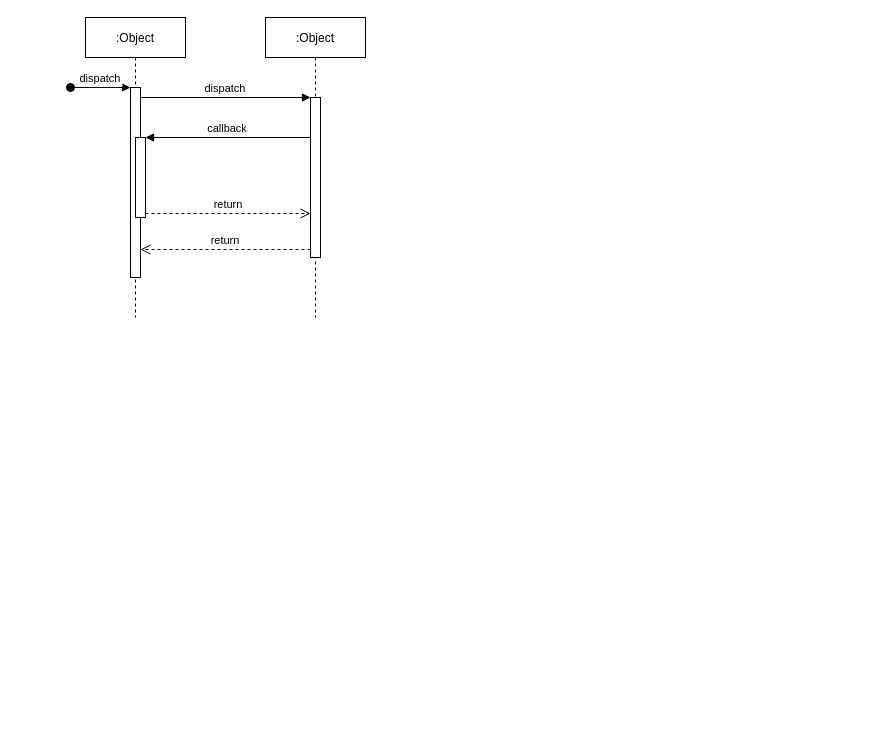
feihu618/drawio keeps this draw.io diagram as craft/tr_main_flow.drawio. Above is the earlier version. Source tidied: cells renumbered, new cells numbered last; positions are measured from the earlier drawing's top-left corner, leaving out a move shared by most shapes. Both pictures are drawn from the tidied source at 100%, with x=0, y=0 at pixel (70, 17).
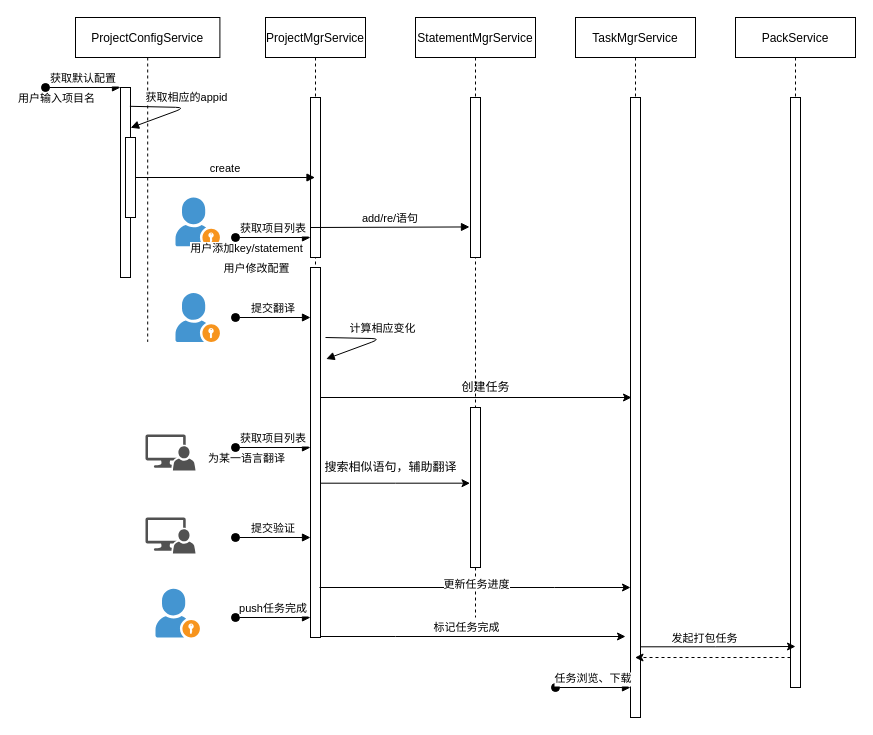
After the change.

Unchanged cells that the change refers to:
```xml
<mxCell id="3" style="points=[];perimeter=orthogonalPerimeter;rounded=0;shadow=0;strokeWidth=1;" parent="2" vertex="1">
  <mxGeometry x="45" y="70" width="10" height="190" as="geometry" />
</mxCell>
<mxCell id="5" style="points=[];perimeter=orthogonalPerimeter;rounded=0;shadow=0;strokeWidth=1;" parent="2" vertex="1">
  <mxGeometry x="50" y="120" width="10" height="80" as="geometry" />
</mxCell>
<mxCell id="7" style="points=[];perimeter=orthogonalPerimeter;rounded=0;shadow=0;strokeWidth=1;" parent="6" vertex="1">
  <mxGeometry x="45" y="80" width="10" height="160" as="geometry" />
</mxCell>
```

The edit, as a diff of the source:
```diff
@@
-    <mxCell id="2" value=":Object" style="shape=umlLifeline;perimeter=lifelinePerimeter;rounded=0;shadow=0;strokeWidth=1;" parent="1" vertex="1">
-      <mxGeometry x="15" width="100" height="300" as="geometry" />
+    <mxCell id="2" value="ProjectConfigService" style="shape=umlLifeline;perimeter=lifelinePerimeter;rounded=0;shadow=0;strokeWidth=1;" parent="1" vertex="1">
+      <mxGeometry x="5" width="144.4" height="324.4" as="geometry" />
     </mxCell>
@@
-    <mxCell id="4" value="dispatch" style="verticalAlign=bottom;startArrow=oval;endArrow=block;startSize=8;shadow=0;strokeWidth=1;" parent="2" edge="1" target="3">
+    <mxCell id="4" value="获取默认配置" style="verticalAlign=bottom;startArrow=oval;endArrow=block;startSize=8;shadow=0;strokeWidth=1;" parent="2" edge="1" target="3">
       <mxGeometry relative="1" as="geometry">
-        <mxPoint x="-15" y="70" as="sourcePoint" />
+        <mxPoint x="-30" y="70" as="sourcePoint" />
       </mxGeometry>
     </mxCell>
+    <mxCell id="12" value="用户输入项目名" style="edgeLabel;html=1;align=center;verticalAlign=middle;" parent="4" vertex="1">
+      <mxGeometry x="-0.3" y="1" relative="1" as="geometry">
+        <mxPoint x="-16" y="11" as="offset" />
+      </mxGeometry>
+    </mxCell>
@@
+    <mxCell id="9" style="verticalAlign=bottom;endArrow=block;shadow=0;strokeWidth=1;exitX=0.938;exitY=0.099;exitDx=0;exitDy=0;exitPerimeter=0;entryX=1.01;entryY=0.212;entryDx=0;entryDy=0;entryPerimeter=0;" parent="2" edge="1" source="3" target="3">
+      <mxGeometry relative="1" as="geometry">
+        <Array as="points">
+          <mxPoint x="110" y="90" />
+        </Array>
+      </mxGeometry>
+    </mxCell>
+    <mxCell id="13" value="获取相应的appid" style="edgeLabel;html=1;align=center;verticalAlign=middle;" parent="9" vertex="1">
+      <mxGeometry x="-0.33" y="1" relative="1" as="geometry">
+        <mxPoint x="18" y="-9" as="offset" />
+      </mxGeometry>
+    </mxCell>
+    <mxCell id="14" style="shadow=0;dashed=0;html=1;strokeColor=none;fillColor=#4495D1;labelPosition=center;verticalLabelPosition=bottom;verticalAlign=top;align=center;shape=mxgraph.veeam.portal_admin;" parent="2" vertex="1">
+      <mxGeometry x="100" y="180" width="44.4" height="48.8" as="geometry" />
+    </mxCell>
+    <mxCell id="15" style="shadow=0;dashed=0;html=1;strokeColor=none;fillColor=#4495D1;labelPosition=center;verticalLabelPosition=bottom;verticalAlign=top;align=center;shape=mxgraph.veeam.portal_admin;" parent="2" vertex="1">
+      <mxGeometry x="100" y="275.6" width="44.4" height="48.8" as="geometry" />
+    </mxCell>
-    <mxCell id="6" value=":Object" style="shape=umlLifeline;perimeter=lifelinePerimeter;rounded=0;shadow=0;strokeWidth=1;" parent="1" vertex="1">
-      <mxGeometry x="195" width="100" height="300" as="geometry" />
+    <mxCell id="6" value="ProjectMgrService" style="shape=umlLifeline;perimeter=lifelinePerimeter;rounded=0;shadow=0;strokeWidth=1;" parent="1" vertex="1">
+      <mxGeometry x="195" width="100" height="620" as="geometry" />
     </mxCell>
@@
-    <mxCell id="8" value="return" style="verticalAlign=bottom;endArrow=open;dashed=1;endSize=8;exitX=0;exitY=0.95;shadow=0;strokeWidth=1;" parent="1" edge="1" source="7" target="3">
-      <mxGeometry relative="1" as="geometry" />
-    </mxCell>
-    <mxCell id="9" value="dispatch" style="verticalAlign=bottom;endArrow=block;entryX=0;entryY=0;shadow=0;strokeWidth=1;" parent="1" edge="1" source="3" target="7">
-      <mxGeometry relative="1" as="geometry" />
-    </mxCell>
+    <mxCell id="16" value="获取项目列表" style="verticalAlign=bottom;startArrow=oval;endArrow=block;startSize=8;shadow=0;strokeWidth=1;" parent="6" edge="1">
+      <mxGeometry relative="1" as="geometry">
+        <mxPoint x="-30" y="220" as="sourcePoint" />
+        <mxPoint x="45" y="220" as="targetPoint" />
+      </mxGeometry>
+    </mxCell>
+    <mxCell id="17" value="用户添加key/statement" style="edgeLabel;html=1;align=center;verticalAlign=middle;" parent="16" vertex="1">
+      <mxGeometry x="-0.3" y="1" relative="1" as="geometry">
+        <mxPoint x="-16" y="11" as="offset" />
+      </mxGeometry>
+    </mxCell>
+    <mxCell id="18" value="add/re/语句" style="verticalAlign=bottom;endArrow=block;shadow=0;strokeWidth=1;entryX=-0.1;entryY=0.809;entryDx=0;entryDy=0;entryPerimeter=0;" parent="6" edge="1" target="27">
+      <mxGeometry relative="1" as="geometry">
+        <mxPoint x="45" y="210" as="sourcePoint" />
+      </mxGeometry>
+    </mxCell>
+    <mxCell id="19" style="points=[];perimeter=orthogonalPerimeter;rounded=0;shadow=0;strokeWidth=1;" parent="6" vertex="1">
+      <mxGeometry x="45" y="250" width="10" height="370" as="geometry" />
+    </mxCell>
+    <mxCell id="20" value="提交翻译" style="verticalAlign=bottom;startArrow=oval;endArrow=block;startSize=8;shadow=0;strokeWidth=1;" parent="6" edge="1">
+      <mxGeometry relative="1" as="geometry">
+        <mxPoint x="-30" y="300" as="sourcePoint" />
+        <mxPoint x="45" y="300" as="targetPoint" />
+      </mxGeometry>
+    </mxCell>
+    <mxCell id="21" value="获取项目列表" style="verticalAlign=bottom;startArrow=oval;endArrow=block;startSize=8;shadow=0;strokeWidth=1;" parent="6" edge="1">
+      <mxGeometry relative="1" as="geometry">
+        <mxPoint x="-30" y="430" as="sourcePoint" />
+        <mxPoint x="45" y="430" as="targetPoint" />
+      </mxGeometry>
+    </mxCell>
+    <mxCell id="22" value="为某一语言翻译" style="edgeLabel;html=1;align=center;verticalAlign=middle;" parent="21" vertex="1">
+      <mxGeometry x="-0.3" y="1" relative="1" as="geometry">
+        <mxPoint x="-16" y="11" as="offset" />
+      </mxGeometry>
+    </mxCell>
+    <mxCell id="23" value="提交验证" style="verticalAlign=bottom;startArrow=oval;endArrow=block;startSize=8;shadow=0;strokeWidth=1;" parent="6" edge="1">
+      <mxGeometry relative="1" as="geometry">
+        <mxPoint x="-30" y="520" as="sourcePoint" />
+        <mxPoint x="45" y="520" as="targetPoint" />
+      </mxGeometry>
+    </mxCell>
+    <mxCell id="24" value="push任务完成" style="verticalAlign=bottom;startArrow=oval;endArrow=block;startSize=8;shadow=0;strokeWidth=1;" parent="6" edge="1">
+      <mxGeometry relative="1" as="geometry">
+        <mxPoint x="-30" y="600" as="sourcePoint" />
+        <mxPoint x="45" y="600" as="targetPoint" />
+      </mxGeometry>
+    </mxCell>
-    <mxCell id="10" value="callback" style="verticalAlign=bottom;endArrow=block;entryX=1;entryY=0;shadow=0;strokeWidth=1;" parent="1" edge="1" source="7" target="5">
+    <mxCell id="10" value="create" style="verticalAlign=bottom;endArrow=block;shadow=0;strokeWidth=1;" parent="1" edge="1" source="5" target="6">
       <mxGeometry relative="1" as="geometry" />
     </mxCell>
-    <mxCell id="11" value="return" style="verticalAlign=bottom;endArrow=open;dashed=1;endSize=8;exitX=1;exitY=0.95;shadow=0;strokeWidth=1;" parent="1" edge="1" source="5" target="7">
-      <mxGeometry relative="1" as="geometry" />
-    </mxCell>
+    <mxCell id="25" value="用户修改配置" style="edgeLabel;html=1;align=center;verticalAlign=middle;" parent="1" vertex="1">
+      <mxGeometry x="185.3" y="250" as="geometry" />
+    </mxCell>
+    <mxCell id="26" value="StatementMgrService" style="shape=umlLifeline;perimeter=lifelinePerimeter;rounded=0;shadow=0;strokeWidth=1;" parent="1" vertex="1">
+      <mxGeometry x="345" width="120" height="600" as="geometry" />
+    </mxCell>
+    <mxCell id="27" style="points=[];perimeter=orthogonalPerimeter;rounded=0;shadow=0;strokeWidth=1;" parent="26" vertex="1">
+      <mxGeometry x="55" y="80" width="10" height="160" as="geometry" />
+    </mxCell>
+    <mxCell id="28" style="edgeStyle=orthogonalEdgeStyle;rounded=0;orthogonalLoop=1;jettySize=auto;html=1;" parent="26" edge="1">
+      <mxGeometry relative="1" as="geometry">
+        <mxPoint x="-96" y="570" as="sourcePoint" />
+        <mxPoint x="215" y="570" as="targetPoint" />
+        <Array as="points">
+          <mxPoint x="139" y="570" />
+          <mxPoint x="139" y="570" />
+        </Array>
+      </mxGeometry>
+    </mxCell>
+    <mxCell id="29" value="更新任务进度" style="edgeLabel;html=1;align=center;verticalAlign=middle;" parent="28" vertex="1">
+      <mxGeometry x="0.76" y="4" relative="1" as="geometry">
+        <mxPoint x="-118" as="offset" />
+      </mxGeometry>
+    </mxCell>
+    <mxCell id="30" style="verticalAlign=bottom;endArrow=block;shadow=0;strokeWidth=1;exitX=0.938;exitY=0.099;exitDx=0;exitDy=0;exitPerimeter=0;entryX=1.01;entryY=0.212;entryDx=0;entryDy=0;entryPerimeter=0;" parent="1" edge="1">
+      <mxGeometry relative="1" as="geometry">
+        <mxPoint x="255" y="320" as="sourcePoint" />
+        <mxPoint x="255.7" y="341.5" as="targetPoint" />
+        <Array as="points">
+          <mxPoint x="310.6" y="321.2" />
+        </Array>
+      </mxGeometry>
+    </mxCell>
+    <mxCell id="31" value="计算相应变化" style="edgeLabel;html=1;align=center;verticalAlign=middle;" parent="30" vertex="1">
+      <mxGeometry x="-0.33" y="1" relative="1" as="geometry">
+        <mxPoint x="18" y="-9" as="offset" />
+      </mxGeometry>
+    </mxCell>
+    <mxCell id="32" value="TaskMgrService" style="shape=umlLifeline;perimeter=lifelinePerimeter;rounded=0;shadow=0;strokeWidth=1;" parent="1" vertex="1">
+      <mxGeometry x="505" width="120" height="700" as="geometry" />
+    </mxCell>
+    <mxCell id="33" style="perimeter=orthogonalPerimeter;rounded=0;shadow=0;strokeWidth=1;" parent="32" vertex="1">
+      <mxGeometry x="55" y="80" width="10" height="620" as="geometry" />
+    </mxCell>
+    <mxCell id="34" value="任务浏览、下载" style="verticalAlign=bottom;startArrow=oval;endArrow=block;startSize=8;shadow=0;strokeWidth=1;" parent="32" edge="1">
+      <mxGeometry relative="1" as="geometry">
+        <mxPoint x="-20" y="670" as="sourcePoint" />
+        <mxPoint x="55" y="670" as="targetPoint" />
+      </mxGeometry>
+    </mxCell>
+    <mxCell id="35" style="edgeStyle=orthogonalEdgeStyle;rounded=0;jettySize=auto;html=1;" parent="1" edge="1" source="19">
+      <mxGeometry relative="1" as="geometry">
+        <mxPoint x="561" y="380" as="targetPoint" />
+        <Array as="points">
+          <mxPoint x="561" y="380" />
+        </Array>
+      </mxGeometry>
+    </mxCell>
+    <mxCell id="36" value="创建任务" style="text;html=1;align=center;verticalAlign=middle;strokeColor=none;fillColor=none;" parent="1" vertex="1">
+      <mxGeometry x="385" y="360" width="60" height="20" as="geometry" />
+    </mxCell>
+    <mxCell id="37" style="points=[];perimeter=orthogonalPerimeter;rounded=0;shadow=0;strokeWidth=1;" parent="1" vertex="1">
+      <mxGeometry x="400" y="390" width="10" height="160" as="geometry" />
+    </mxCell>
+    <mxCell id="38" style="edgeStyle=orthogonalEdgeStyle;rounded=0;jettySize=auto;html=1;entryX=-0.048;entryY=0.473;entryDx=0;entryDy=0;entryPerimeter=0;" parent="1" edge="1" source="19" target="37">
+      <mxGeometry relative="1" as="geometry">
+        <Array as="points">
+          <mxPoint x="325" y="466" />
+        </Array>
+      </mxGeometry>
+    </mxCell>
+    <mxCell id="39" value="搜索相似语句，辅助翻译" style="text;html=1;align=center;verticalAlign=middle;strokeColor=none;fillColor=none;" parent="1" vertex="1">
+      <mxGeometry x="245" y="440" width="150" height="20" as="geometry" />
+    </mxCell>
+    <mxCell id="40" style="edgeStyle=orthogonalEdgeStyle;rounded=0;jettySize=auto;html=1;" parent="1" edge="1" source="19">
+      <mxGeometry relative="1" as="geometry">
+        <mxPoint x="555" y="619" as="targetPoint" />
+        <Array as="points">
+          <mxPoint x="325" y="619" />
+          <mxPoint x="325" y="619" />
+        </Array>
+      </mxGeometry>
+    </mxCell>
+    <mxCell id="41" value="标记任务完成" style="edgeLabel;html=1;align=center;verticalAlign=middle;" parent="40" vertex="1">
+      <mxGeometry x="0.76" y="4" relative="1" as="geometry">
+        <mxPoint x="-123" y="-6" as="offset" />
+      </mxGeometry>
+    </mxCell>
+    <mxCell id="42" value="PackService" style="shape=umlLifeline;perimeter=lifelinePerimeter;rounded=0;shadow=0;strokeWidth=1;" parent="1" vertex="1">
+      <mxGeometry x="665" width="120" height="670" as="geometry" />
+    </mxCell>
+    <mxCell id="43" style="points=[];perimeter=orthogonalPerimeter;rounded=0;shadow=0;strokeWidth=1;" parent="42" vertex="1">
+      <mxGeometry x="55" y="80" width="10" height="590" as="geometry" />
+    </mxCell>
+    <mxCell id="44" style="edgeStyle=orthogonalEdgeStyle;rounded=0;orthogonalLoop=1;jettySize=auto;html=1;" parent="42" edge="1">
+      <mxGeometry relative="1" as="geometry">
+        <mxPoint x="-95" y="629.3" as="sourcePoint" />
+        <mxPoint x="60" y="629" as="targetPoint" />
+        <Array as="points">
+          <mxPoint x="-20" y="629.3" />
+          <mxPoint x="-20" y="629.3" />
+        </Array>
+      </mxGeometry>
+    </mxCell>
+    <mxCell id="45" value="发起打包任务" style="edgeLabel;html=1;align=center;verticalAlign=middle;" parent="44" vertex="1">
+      <mxGeometry x="0.76" y="4" relative="1" as="geometry">
+        <mxPoint x="-72" y="-5" as="offset" />
+      </mxGeometry>
+    </mxCell>
+    <mxCell id="46" style="edgeStyle=orthogonalEdgeStyle;rounded=0;jettySize=auto;html=1;dashed=1;" parent="1" edge="1" source="43" target="32">
+      <mxGeometry relative="1" as="geometry">
+        <Array as="points">
+          <mxPoint x="685" y="640" />
+          <mxPoint x="685" y="640" />
+        </Array>
+      </mxGeometry>
+    </mxCell>
+    <mxCell id="47" style="sketch=0;shadow=0;dashed=0;html=1;strokeColor=none;labelPosition=center;verticalLabelPosition=bottom;verticalAlign=top;align=center;fillColor=#515151;shape=mxgraph.mscae.system_center.admin_console;" parent="1" vertex="1">
+      <mxGeometry x="75" y="417" width="50" height="36" as="geometry" />
+    </mxCell>
+    <mxCell id="48" style="sketch=0;shadow=0;dashed=0;html=1;strokeColor=none;labelPosition=center;verticalLabelPosition=bottom;verticalAlign=top;align=center;fillColor=#515151;shape=mxgraph.mscae.system_center.admin_console;" parent="1" vertex="1">
+      <mxGeometry x="75" y="500" width="50" height="36" as="geometry" />
+    </mxCell>
+    <mxCell id="49" style="shadow=0;dashed=0;html=1;strokeColor=none;fillColor=#4495D1;labelPosition=center;verticalLabelPosition=bottom;verticalAlign=top;align=center;shape=mxgraph.veeam.portal_admin;" parent="1" vertex="1">
+      <mxGeometry x="85" y="571.2" width="44.4" height="48.8" as="geometry" />
+    </mxCell>
```
